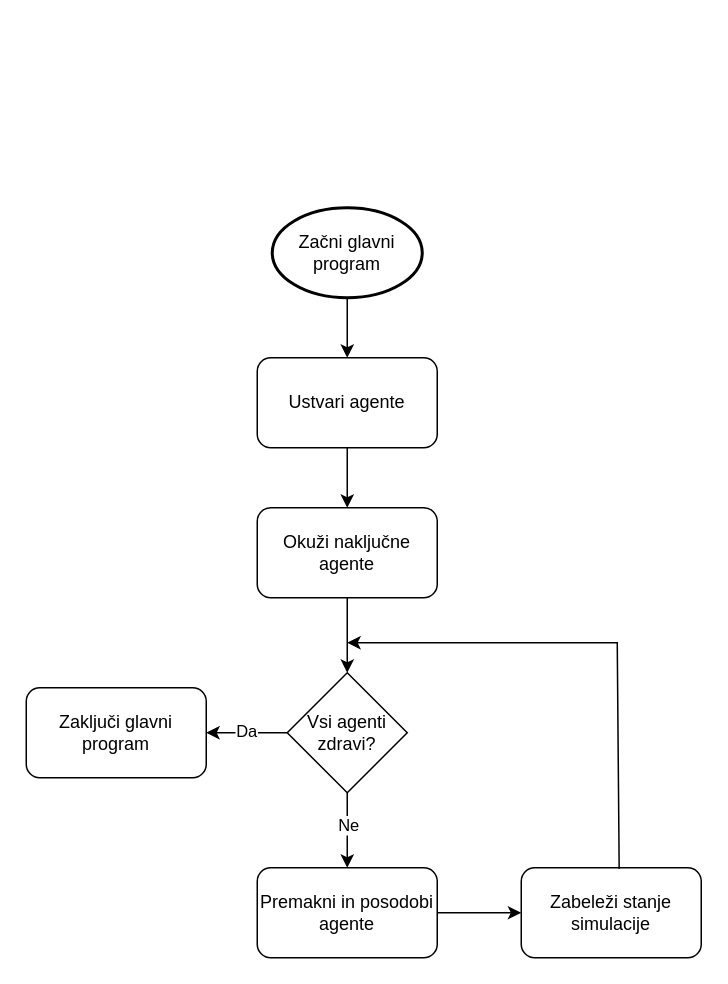
Before: extra_stuff/images/glavni_program_diagram.drawio in tomatija/disease_simulator, a draw.io diagram. Source tidied: cells renumbered, new cells numbered last; positions are measured from the earlier drawing's top-left corner, leaving out a move shared by most shapes. Both pictures are drawn from the tidied source at 150%, with x=0, y=0 at pixel (26, 207).
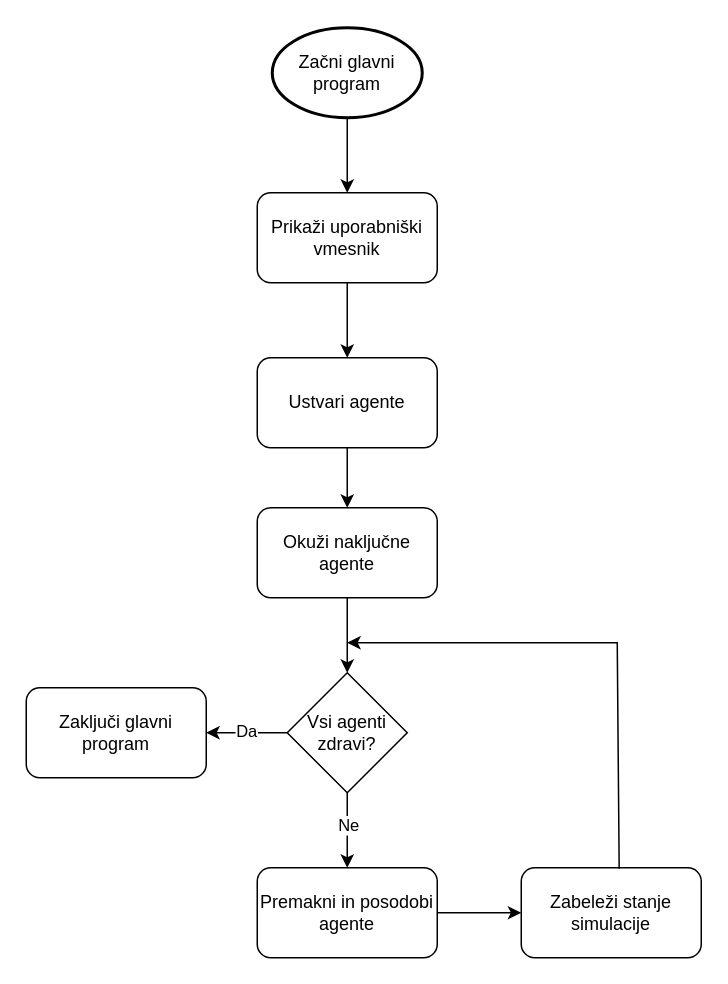
The same page after the edit.

The change refers to these unchanged cells:
```xml
<mxCell id="5" value="Ustvari agente" style="rounded=1;whiteSpace=wrap;html=1;" parent="1" vertex="1">
  <mxGeometry x="154" y="100" width="120" height="60" as="geometry" />
</mxCell>
```

What changed in the source:
```diff
@@
-    <mxCell id="2" style="edgeStyle=orthogonalEdgeStyle;rounded=0;jettySize=auto;html=1;exitX=0.5;exitY=1;exitDx=0;exitDy=0;exitPerimeter=0;entryX=0.5;entryY=0;entryDx=0;entryDy=0;" parent="1" edge="1" source="3" target="5">
-      <mxGeometry relative="1" as="geometry" />
-    </mxCell>
+    <mxCell id="18" style="edgeStyle=orthogonalEdgeStyle;rounded=0;jettySize=auto;html=1;exitX=0.5;exitY=1;exitDx=0;exitDy=0;exitPerimeter=0;entryX=0.5;entryY=0;entryDx=0;entryDy=0;" parent="1" edge="1" source="3" target="20">
+      <mxGeometry relative="1" as="geometry" />
+    </mxCell>
     <mxCell id="3" value="Začni glavni program" style="strokeWidth=2;html=1;shape=mxgraph.flowchart.start_1;whiteSpace=wrap;" parent="1" vertex="1">
-      <mxGeometry x="164" width="100" height="60" as="geometry" />
+      <mxGeometry x="164" y="-120" width="100" height="60" as="geometry" />
     </mxCell>
@@
+    <mxCell id="19" style="edgeStyle=orthogonalEdgeStyle;rounded=0;jettySize=auto;html=1;exitX=0.5;exitY=1;exitDx=0;exitDy=0;entryX=0.5;entryY=0;entryDx=0;entryDy=0;" parent="1" edge="1" source="20" target="5">
+      <mxGeometry relative="1" as="geometry" />
+    </mxCell>
+    <mxCell id="20" value="Prikaži uporabniški vmesnik" style="rounded=1;whiteSpace=wrap;html=1;" parent="1" vertex="1">
+      <mxGeometry x="154" y="-10" width="120" height="60" as="geometry" />
+    </mxCell>
```
